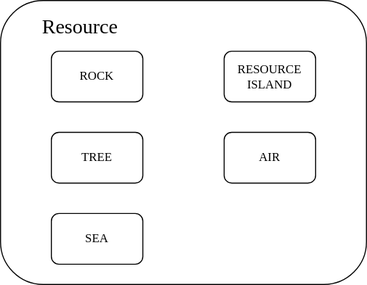
neal2018/blog keeps this draw.io diagram as articles/4_Animal_Crossing/Coreloop.drawio.svg. Above is the earlier version. Source tidied: cells renumbered, new cells last; positions are measured from the earlier drawing's top-left corner, leaving out a move shared by most shapes. The source it was exported from:
```xml
<mxGraphModel>
  <root>
    <mxCell id="0" />
    <mxCell id="1" parent="0" />
    <mxCell id="2" value="&lt;font face=&quot;Comic Sans MS&quot;&gt;ROCK&lt;/font&gt;" style="rounded=1;whiteSpace=wrap;html=1;" parent="1" vertex="1">
      <mxGeometry x="50" y="50" width="90" height="50" as="geometry" />
    </mxCell>
    <mxCell id="3" value="&lt;font face=&quot;Comic Sans MS&quot;&gt;TREE&lt;/font&gt;" style="rounded=1;whiteSpace=wrap;html=1;" parent="1" vertex="1">
      <mxGeometry x="50" y="130" width="90" height="50" as="geometry" />
    </mxCell>
    <mxCell id="4" value="&lt;font face=&quot;Comic Sans MS&quot;&gt;SEA&lt;/font&gt;" style="rounded=1;whiteSpace=wrap;html=1;" parent="1" vertex="1">
      <mxGeometry x="50" y="210" width="90" height="50" as="geometry" />
    </mxCell>
    <mxCell id="5" value="&lt;font face=&quot;Comic Sans MS&quot;&gt;AIR&lt;/font&gt;" style="rounded=1;whiteSpace=wrap;html=1;" parent="1" vertex="1">
      <mxGeometry x="220" y="130" width="90" height="50" as="geometry" />
    </mxCell>
    <mxCell id="6" value="&lt;font face=&quot;Comic Sans MS&quot;&gt;RESOURCE&lt;br&gt;ISLAND&lt;br&gt;&lt;/font&gt;" style="rounded=1;whiteSpace=wrap;html=1;" parent="1" vertex="1">
      <mxGeometry x="220" y="50" width="90" height="50" as="geometry" />
    </mxCell>
    <mxCell id="7" style="rounded=1;whiteSpace=wrap;html=1;fillColor=none;" parent="1" vertex="1">
      <mxGeometry width="360" height="280" as="geometry" />
    </mxCell>
    <mxCell id="8" value="Resource" style="text;html=1;strokeColor=none;fillColor=none;align=center;verticalAlign=middle;whiteSpace=wrap;rounded=0;fontFamily=Comic Sans MS;fontSize=20;" parent="1" vertex="1">
      <mxGeometry x="30" y="10" width="97" height="30" as="geometry" />
    </mxCell>
  </root>
</mxGraphModel>
```
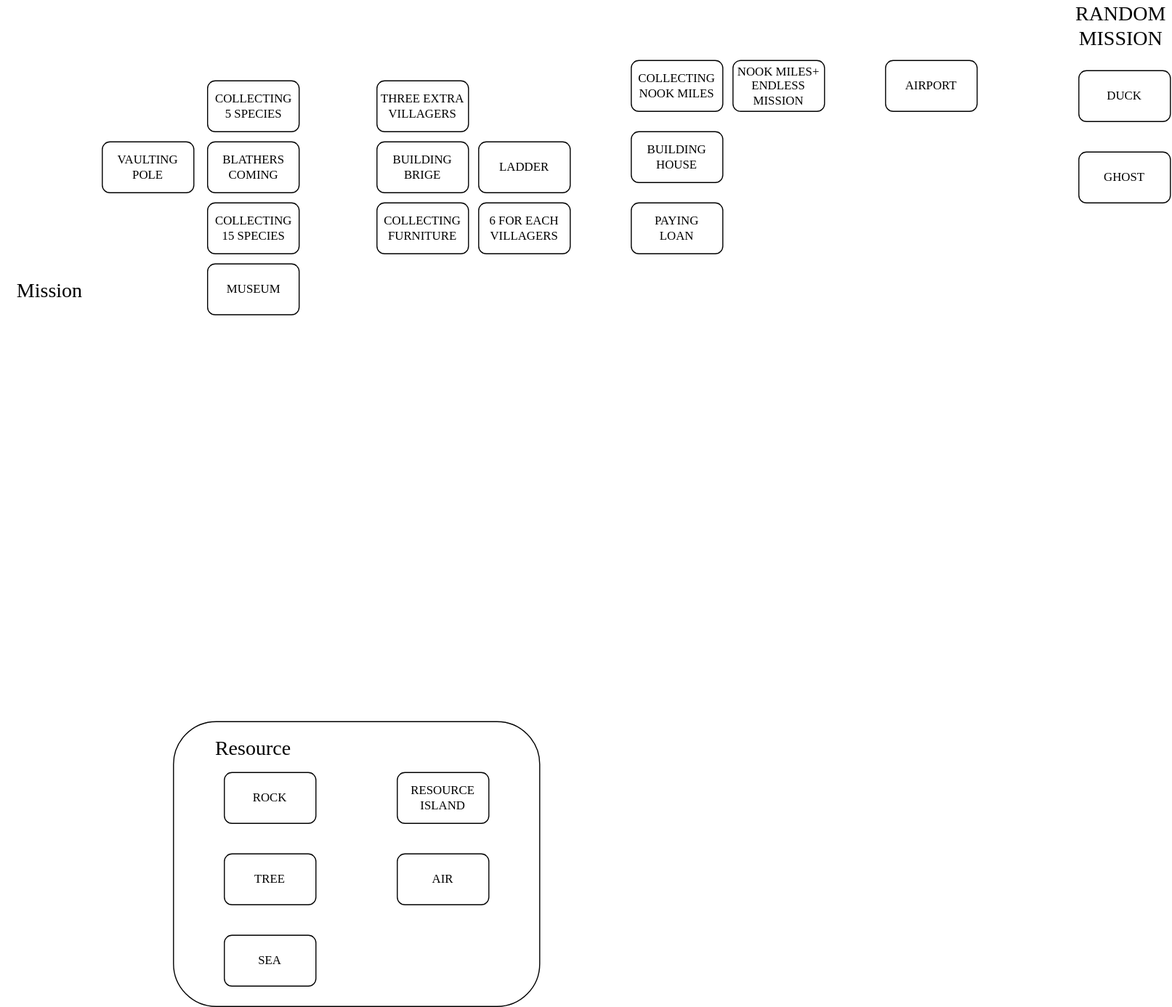
After the change.

The edit, as a diff of the source:
```diff
@@ -23,5 +23,62 @@
     <mxCell id="8" value="Resource" style="text;html=1;strokeColor=none;fillColor=none;align=center;verticalAlign=middle;whiteSpace=wrap;rounded=0;fontFamily=Comic Sans MS;fontSize=20;" parent="1" vertex="1">
       <mxGeometry x="30" y="10" width="97" height="30" as="geometry" />
     </mxCell>
+    <mxCell id="9" value="&lt;font face=&quot;Comic Sans MS&quot;&gt;MUSEUM&lt;/font&gt;" style="rounded=1;whiteSpace=wrap;html=1;" parent="1" vertex="1">
+      <mxGeometry x="33.5" y="-450" width="90" height="50" as="geometry" />
+    </mxCell>
+    <mxCell id="10" value="&lt;font face=&quot;Comic Sans MS&quot;&gt;LADDER&lt;/font&gt;" style="rounded=1;whiteSpace=wrap;html=1;" parent="1" vertex="1">
+      <mxGeometry x="300" y="-570" width="90" height="50" as="geometry" />
+    </mxCell>
+    <mxCell id="11" value="&lt;font face=&quot;Comic Sans MS&quot;&gt;PAYING&lt;br&gt;LOAN&lt;/font&gt;" style="rounded=1;whiteSpace=wrap;html=1;" parent="1" vertex="1">
+      <mxGeometry x="450" y="-510" width="90" height="50" as="geometry" />
+    </mxCell>
+    <mxCell id="12" value="&lt;font face=&quot;Comic Sans MS&quot;&gt;THREE EXTRA VILLAGERS&lt;/font&gt;" style="rounded=1;whiteSpace=wrap;html=1;" parent="1" vertex="1">
+      <mxGeometry x="200" y="-630" width="90" height="50" as="geometry" />
+    </mxCell>
+    <mxCell id="13" value="&lt;font face=&quot;Comic Sans MS&quot;&gt;COLLECTING&lt;br&gt;FURNITURE&lt;br&gt;&lt;/font&gt;" style="rounded=1;whiteSpace=wrap;html=1;" parent="1" vertex="1">
+      <mxGeometry x="200" y="-510" width="90" height="50" as="geometry" />
+    </mxCell>
+    <mxCell id="14" value="Mission" style="text;html=1;strokeColor=none;fillColor=none;align=center;verticalAlign=middle;whiteSpace=wrap;rounded=0;fontFamily=Comic Sans MS;fontSize=20;" parent="1" vertex="1">
+      <mxGeometry x="-170" y="-440" width="97" height="30" as="geometry" />
+    </mxCell>
+    <mxCell id="15" value="&lt;font face=&quot;Comic Sans MS&quot;&gt;BUILDING BRIGE&lt;br&gt;&lt;/font&gt;" style="rounded=1;whiteSpace=wrap;html=1;" parent="1" vertex="1">
+      <mxGeometry x="200" y="-570" width="90" height="50" as="geometry" />
+    </mxCell>
+    <mxCell id="16" value="&lt;font face=&quot;Comic Sans MS&quot;&gt;COLLECTING&lt;br&gt;15 SPECIES&lt;br&gt;&lt;/font&gt;" style="rounded=1;whiteSpace=wrap;html=1;" parent="1" vertex="1">
+      <mxGeometry x="33.5" y="-510" width="90" height="50" as="geometry" />
+    </mxCell>
+    <mxCell id="17" value="&lt;font face=&quot;Comic Sans MS&quot;&gt;AIRPORT&lt;/font&gt;" style="rounded=1;whiteSpace=wrap;html=1;" parent="1" vertex="1">
+      <mxGeometry x="700" y="-650" width="90" height="50" as="geometry" />
+    </mxCell>
+    <mxCell id="18" value="&lt;font&gt;COLLECTING&lt;br&gt;&lt;/font&gt;NOOK MILES" style="rounded=1;whiteSpace=wrap;html=1;fontFamily=Comic Sans MS;" parent="1" vertex="1">
+      <mxGeometry x="450" y="-650" width="90" height="50" as="geometry" />
+    </mxCell>
+    <mxCell id="19" value="&lt;font face=&quot;Comic Sans MS&quot;&gt;BUILDING HOUSE&lt;/font&gt;" style="rounded=1;whiteSpace=wrap;html=1;" parent="1" vertex="1">
+      <mxGeometry x="450" y="-580" width="90" height="50" as="geometry" />
+    </mxCell>
+    <mxCell id="20" value="&lt;font face=&quot;Comic Sans MS&quot;&gt;DUCK&lt;/font&gt;" style="rounded=1;whiteSpace=wrap;html=1;" parent="1" vertex="1">
+      <mxGeometry x="890" y="-640" width="90" height="50" as="geometry" />
+    </mxCell>
+    <mxCell id="21" value="&lt;font face=&quot;Comic Sans MS&quot;&gt;GHOST&lt;/font&gt;" style="rounded=1;whiteSpace=wrap;html=1;" parent="1" vertex="1">
+      <mxGeometry x="890" y="-560" width="90" height="50" as="geometry" />
+    </mxCell>
+    <mxCell id="22" value="RANDOM MISSION" style="text;html=1;strokeColor=none;fillColor=none;align=center;verticalAlign=middle;whiteSpace=wrap;rounded=0;fontFamily=Comic Sans MS;fontSize=20;" parent="1" vertex="1">
+      <mxGeometry x="883" y="-700" width="97" height="30" as="geometry" />
+    </mxCell>
+    <mxCell id="23" value="&lt;font face=&quot;Comic Sans MS&quot;&gt;BLATHERS&lt;br&gt;COMING&lt;br&gt;&lt;/font&gt;" style="rounded=1;whiteSpace=wrap;html=1;" parent="1" vertex="1">
+      <mxGeometry x="33.5" y="-570" width="90" height="50" as="geometry" />
+    </mxCell>
+    <mxCell id="24" value="&lt;font face=&quot;Comic Sans MS&quot;&gt;COLLECTING&lt;br&gt;5 SPECIES&lt;br&gt;&lt;/font&gt;" style="rounded=1;whiteSpace=wrap;html=1;" parent="1" vertex="1">
+      <mxGeometry x="33.5" y="-630" width="90" height="50" as="geometry" />
+    </mxCell>
+    <mxCell id="25" value="&lt;font face=&quot;Comic Sans MS&quot;&gt;VAULTING&lt;br&gt;POLE&lt;br&gt;&lt;/font&gt;" style="rounded=1;whiteSpace=wrap;html=1;" parent="1" vertex="1">
+      <mxGeometry x="-70" y="-570" width="90" height="50" as="geometry" />
+    </mxCell>
+    <mxCell id="26" value="&lt;font face=&quot;Comic Sans MS&quot;&gt;6 FOR EACH VILLAGERS&lt;br&gt;&lt;/font&gt;" style="rounded=1;whiteSpace=wrap;html=1;" parent="1" vertex="1">
+      <mxGeometry x="300" y="-510" width="90" height="50" as="geometry" />
+    </mxCell>
+    <mxCell id="27" value="NOOK MILES+&lt;br&gt;ENDLESS MISSION" style="rounded=1;whiteSpace=wrap;html=1;fontFamily=Comic Sans MS;" parent="1" vertex="1">
+      <mxGeometry x="550" y="-650" width="90" height="50" as="geometry" />
+    </mxCell>
   </root>
 </mxGraphModel>
```
